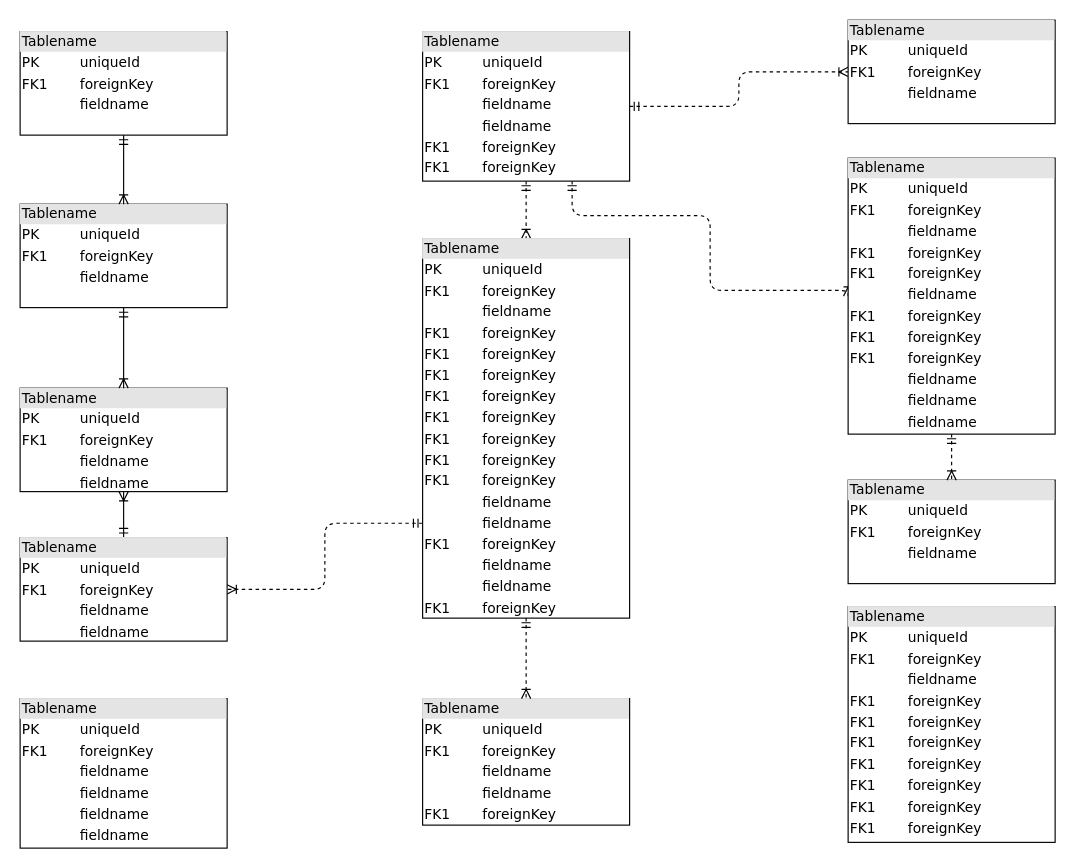
Above: Untitled Diagram.drawio in YMS-QC/YMS-QC.github.io (draw.io), before the change. Source tidied: cells renumbered, new cells numbered last; positions are measured from the earlier drawing's top-left corner, leaving out a move shared by most shapes. Both pictures are drawn from the tidied source at 115%, with x=0, y=0 at pixel (20, 20).
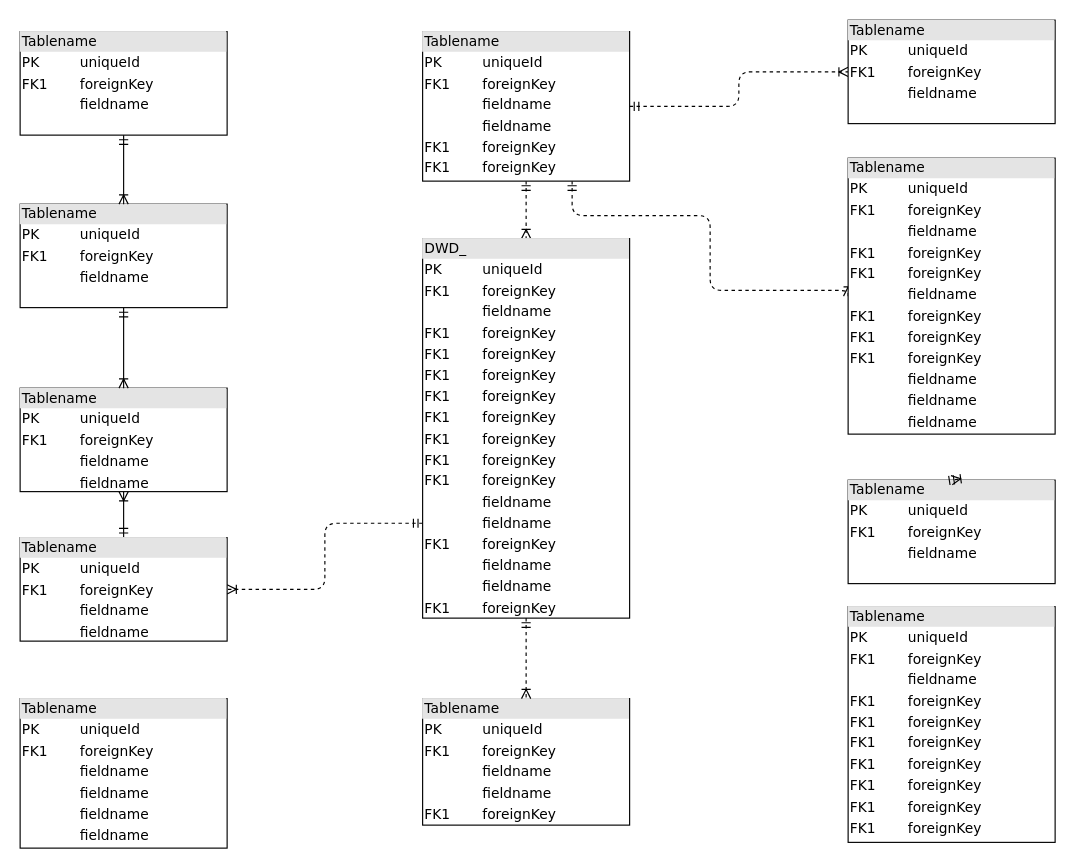
Above is the later version.

The change refers to these unchanged cells:
```xml
<mxCell id="17" value="&lt;div style=&quot;box-sizing:border-box;width:100%;background:#e4e4e4;padding:2px;&quot;&gt;Tablename&lt;/div&gt;&lt;table style=&quot;width:100%;font-size:1em;&quot; cellpadding=&quot;2&quot; cellspacing=&quot;0&quot;&gt;&lt;tr&gt;&lt;td&gt;PK&lt;/td&gt;&lt;td&gt;uniqueId&lt;/td&gt;&lt;/tr&gt;&lt;tr&gt;&lt;td&gt;FK1&lt;/td&gt;&lt;td&gt;foreignKey&lt;/td&gt;&lt;/tr&gt;&lt;tr&gt;&lt;td&gt;&lt;/td&gt;&lt;td&gt;fieldname&lt;/td&gt;&lt;/tr&gt;&lt;/table&gt;" style="verticalAlign=top;align=left;overflow=fill;html=1;rounded=0;shadow=0;comic=0;labelBackgroundColor=none;strokeWidth=1;fontFamily=Verdana;fontSize=12;" parent="1" vertex="1">
  <mxGeometry x="720" y="400" width="180" height="90" as="geometry" />
</mxCell>
<mxCell id="19" value="&lt;div style=&quot;box-sizing: border-box ; width: 100% ; background: #e4e4e4 ; padding: 2px&quot;&gt;Tablename&lt;/div&gt;&lt;table style=&quot;width: 100% ; font-size: 1em&quot; cellpadding=&quot;2&quot; cellspacing=&quot;0&quot;&gt;&lt;tbody&gt;&lt;tr&gt;&lt;td&gt;PK&lt;/td&gt;&lt;td&gt;uniqueId&lt;/td&gt;&lt;/tr&gt;&lt;tr&gt;&lt;td&gt;FK1&lt;/td&gt;&lt;td&gt;foreignKey&lt;/td&gt;&lt;/tr&gt;&lt;tr&gt;&lt;td&gt;&lt;/td&gt;&lt;td&gt;fieldname&lt;/td&gt;&lt;/tr&gt;&lt;tr&gt;&lt;td&gt;FK1&lt;br&gt;&lt;/td&gt;&lt;td&gt;foreignKey&lt;br&gt;&lt;/td&gt;&lt;/tr&gt;&lt;tr&gt;&lt;td&gt;FK1&lt;br&gt;&lt;/td&gt;&lt;td&gt;foreignKey&lt;br&gt;&lt;/td&gt;&lt;/tr&gt;&lt;tr&gt;&lt;td&gt;&lt;br&gt;&lt;/td&gt;&lt;td&gt;fieldname&lt;br&gt;&lt;/td&gt;&lt;/tr&gt;&lt;tr&gt;&lt;td&gt;FK1&lt;br&gt;&lt;/td&gt;&lt;td&gt;foreignKey&lt;br&gt;&lt;/td&gt;&lt;/tr&gt;&lt;tr&gt;&lt;td&gt;FK1&lt;br&gt;&lt;/td&gt;&lt;td&gt;foreignKey&lt;br&gt;&lt;/td&gt;&lt;/tr&gt;&lt;tr&gt;&lt;td&gt;FK1&lt;br&gt;&lt;/td&gt;&lt;td&gt;foreignKey&lt;br&gt;&lt;/td&gt;&lt;/tr&gt;&lt;tr&gt;&lt;td&gt;&lt;br&gt;&lt;/td&gt;&lt;td&gt;fieldname&lt;br&gt;&lt;/td&gt;&lt;/tr&gt;&lt;tr&gt;&lt;td&gt;&lt;br&gt;&lt;/td&gt;&lt;td&gt;fieldname&lt;br&gt;&lt;/td&gt;&lt;/tr&gt;&lt;tr&gt;&lt;td&gt;&lt;br&gt;&lt;/td&gt;&lt;td&gt;fieldname&lt;br&gt;&lt;/td&gt;&lt;/tr&gt;&lt;/tbody&gt;&lt;/table&gt;" style="verticalAlign=top;align=left;overflow=fill;html=1;rounded=0;shadow=0;comic=0;labelBackgroundColor=none;strokeWidth=1;fontFamily=Verdana;fontSize=12;" parent="1" vertex="1">
  <mxGeometry x="720" y="120" width="180" height="240" as="geometry" />
</mxCell>
```

Diff of the diagram source:
```diff
@@
-    <mxCell id="16" value="&lt;div style=&quot;box-sizing: border-box ; width: 100% ; background: #e4e4e4 ; padding: 2px&quot;&gt;Tablename&lt;/div&gt;&lt;table style=&quot;width: 100% ; font-size: 1em&quot; cellpadding=&quot;2&quot; cellspacing=&quot;0&quot;&gt;&lt;tbody&gt;&lt;tr&gt;&lt;td&gt;PK&lt;/td&gt;&lt;td&gt;uniqueId&lt;/td&gt;&lt;/tr&gt;&lt;tr&gt;&lt;td&gt;FK1&lt;/td&gt;&lt;td&gt;foreignKey&lt;/td&gt;&lt;/tr&gt;&lt;tr&gt;&lt;td&gt;&lt;/td&gt;&lt;td&gt;fieldname&lt;/td&gt;&lt;/tr&gt;&lt;tr&gt;&lt;td&gt;FK1&lt;br&gt;&lt;/td&gt;&lt;td&gt;foreignKey&lt;br&gt;&lt;/td&gt;&lt;/tr&gt;&lt;tr&gt;&lt;td&gt;FK1&lt;br&gt;&lt;/td&gt;&lt;td&gt;foreignKey&lt;br&gt;&lt;/td&gt;&lt;/tr&gt;&lt;tr&gt;&lt;td&gt;FK1&lt;br&gt;&lt;/td&gt;&lt;td&gt;foreignKey&lt;br&gt;&lt;/td&gt;&lt;/tr&gt;&lt;tr&gt;&lt;td&gt;FK1&lt;br&gt;&lt;/td&gt;&lt;td&gt;foreignKey&lt;br&gt;&lt;/td&gt;&lt;/tr&gt;&lt;tr&gt;&lt;td&gt;FK1&lt;br&gt;&lt;/td&gt;&lt;td&gt;foreignKey&lt;br&gt;&lt;/td&gt;&lt;/tr&gt;&lt;tr&gt;&lt;td&gt;FK1&lt;br&gt;&lt;/td&gt;&lt;td&gt;foreignKey&lt;br&gt;&lt;/td&gt;&lt;/tr&gt;&lt;tr&gt;&lt;td&gt;FK1&lt;br&gt;&lt;/td&gt;&lt;td&gt;foreignKey&lt;br&gt;&lt;/td&gt;&lt;/tr&gt;&lt;tr&gt;&lt;td&gt;FK1&lt;br&gt;&lt;/td&gt;&lt;td&gt;foreignKey&lt;br&gt;&lt;/td&gt;&lt;/tr&gt;&lt;tr&gt;&lt;td&gt;&lt;br&gt;&lt;/td&gt;&lt;td&gt;fieldname&lt;br&gt;&lt;/td&gt;&lt;/tr&gt;&lt;tr&gt;&lt;td&gt;&lt;br&gt;&lt;/td&gt;&lt;td&gt;fieldname&lt;br&gt;&lt;/td&gt;&lt;/tr&gt;&lt;tr&gt;&lt;td&gt;FK1&lt;br&gt;&lt;/td&gt;&lt;td&gt;foreignKey&lt;br&gt;&lt;/td&gt;&lt;/tr&gt;&lt;tr&gt;&lt;td&gt;&lt;br&gt;&lt;/td&gt;&lt;td&gt;fieldname&lt;br&gt;&lt;/td&gt;&lt;/tr&gt;&lt;tr&gt;&lt;td&gt;&lt;br&gt;&lt;/td&gt;&lt;td&gt;fieldname&lt;br&gt;&lt;/td&gt;&lt;/tr&gt;&lt;tr&gt;&lt;td&gt;FK1&lt;br&gt;&lt;/td&gt;&lt;td&gt;foreignKey&lt;br&gt;&lt;/td&gt;&lt;/tr&gt;&lt;/tbody&gt;&lt;/table&gt;" style="verticalAlign=top;align=left;overflow=fill;html=1;rounded=0;shadow=0;comic=0;labelBackgroundColor=none;strokeWidth=1;fontFamily=Verdana;fontSize=12;" parent="1" vertex="1">
+    <mxCell id="16" value="&lt;div style=&quot;box-sizing: border-box ; width: 100% ; background: #e4e4e4 ; padding: 2px&quot;&gt;DWD_&lt;/div&gt;&lt;table style=&quot;width: 100% ; font-size: 1em&quot; cellpadding=&quot;2&quot; cellspacing=&quot;0&quot;&gt;&lt;tbody&gt;&lt;tr&gt;&lt;td&gt;PK&lt;/td&gt;&lt;td&gt;uniqueId&lt;/td&gt;&lt;/tr&gt;&lt;tr&gt;&lt;td&gt;FK1&lt;/td&gt;&lt;td&gt;foreignKey&lt;/td&gt;&lt;/tr&gt;&lt;tr&gt;&lt;td&gt;&lt;/td&gt;&lt;td&gt;fieldname&lt;/td&gt;&lt;/tr&gt;&lt;tr&gt;&lt;td&gt;FK1&lt;br&gt;&lt;/td&gt;&lt;td&gt;foreignKey&lt;br&gt;&lt;/td&gt;&lt;/tr&gt;&lt;tr&gt;&lt;td&gt;FK1&lt;br&gt;&lt;/td&gt;&lt;td&gt;foreignKey&lt;br&gt;&lt;/td&gt;&lt;/tr&gt;&lt;tr&gt;&lt;td&gt;FK1&lt;br&gt;&lt;/td&gt;&lt;td&gt;foreignKey&lt;br&gt;&lt;/td&gt;&lt;/tr&gt;&lt;tr&gt;&lt;td&gt;FK1&lt;br&gt;&lt;/td&gt;&lt;td&gt;foreignKey&lt;br&gt;&lt;/td&gt;&lt;/tr&gt;&lt;tr&gt;&lt;td&gt;FK1&lt;br&gt;&lt;/td&gt;&lt;td&gt;foreignKey&lt;br&gt;&lt;/td&gt;&lt;/tr&gt;&lt;tr&gt;&lt;td&gt;FK1&lt;br&gt;&lt;/td&gt;&lt;td&gt;foreignKey&lt;br&gt;&lt;/td&gt;&lt;/tr&gt;&lt;tr&gt;&lt;td&gt;FK1&lt;br&gt;&lt;/td&gt;&lt;td&gt;foreignKey&lt;br&gt;&lt;/td&gt;&lt;/tr&gt;&lt;tr&gt;&lt;td&gt;FK1&lt;br&gt;&lt;/td&gt;&lt;td&gt;foreignKey&lt;br&gt;&lt;/td&gt;&lt;/tr&gt;&lt;tr&gt;&lt;td&gt;&lt;br&gt;&lt;/td&gt;&lt;td&gt;fieldname&lt;br&gt;&lt;/td&gt;&lt;/tr&gt;&lt;tr&gt;&lt;td&gt;&lt;br&gt;&lt;/td&gt;&lt;td&gt;fieldname&lt;br&gt;&lt;/td&gt;&lt;/tr&gt;&lt;tr&gt;&lt;td&gt;FK1&lt;br&gt;&lt;/td&gt;&lt;td&gt;foreignKey&lt;br&gt;&lt;/td&gt;&lt;/tr&gt;&lt;tr&gt;&lt;td&gt;&lt;br&gt;&lt;/td&gt;&lt;td&gt;fieldname&lt;br&gt;&lt;/td&gt;&lt;/tr&gt;&lt;tr&gt;&lt;td&gt;&lt;br&gt;&lt;/td&gt;&lt;td&gt;fieldname&lt;br&gt;&lt;/td&gt;&lt;/tr&gt;&lt;tr&gt;&lt;td&gt;FK1&lt;br&gt;&lt;/td&gt;&lt;td&gt;foreignKey&lt;br&gt;&lt;/td&gt;&lt;/tr&gt;&lt;/tbody&gt;&lt;/table&gt;" style="verticalAlign=top;align=left;overflow=fill;html=1;rounded=0;shadow=0;comic=0;labelBackgroundColor=none;strokeWidth=1;fontFamily=Verdana;fontSize=12;" parent="1" vertex="1">
       <mxGeometry x="350" y="190" width="180" height="330" as="geometry" />
     </mxCell>
@@
-    <mxCell id="18" style="edgeStyle=orthogonalEdgeStyle;html=1;entryX=0.5;entryY=0;dashed=1;labelBackgroundColor=none;startArrow=ERmandOne;endArrow=ERoneToMany;fontFamily=Verdana;fontSize=12;align=left;" parent="1" edge="1" source="19" target="17">
+    <mxCell id="18" style="edgeStyle=orthogonalEdgeStyle;html=1;entryX=0.5;entryY=0;dashed=1;labelBackgroundColor=none;startArrow=ERmandOne;endArrow=ERoneToMany;fontFamily=Verdana;fontSize=12;align=left;exitX=0.533;exitY=-0.01;exitDx=0;exitDy=0;exitPerimeter=0;" parent="1" edge="1" source="17" target="17">
       <mxGeometry relative="1" as="geometry" />
     </mxCell>
```
